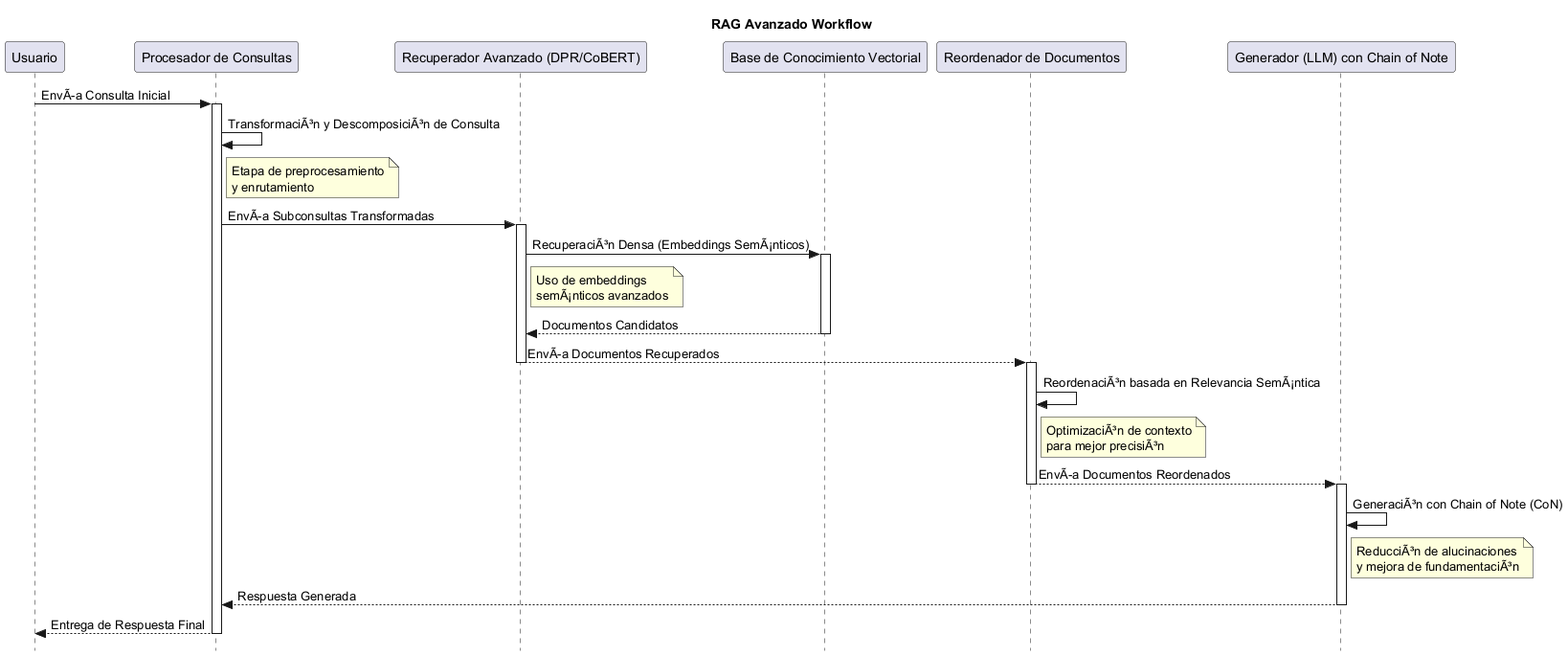
carloss4dv/langagent keeps this PlantUML diagram as img/rag_avanzado.png. Above is the earlier version. Source of this version:
```plantuml
@startuml
skinparam style strictuml

title RAG Avanzado Workflow

participant "Usuario" as User
participant "Procesador de Consultas" as QueryProcessor
participant "Recuperador Avanzado (DPR/CoBERT)" as AdvancedRetriever
participant "Base de Conocimiento Vectorial" as VectorDB
participant "Reordenador de Documentos" as DocumentReranker
participant "Generador (LLM) con Chain of Note" as LLMGenerator

User -> QueryProcessor: EnvÃ­a Consulta Inicial
activate QueryProcessor

QueryProcessor -> QueryProcessor: TransformaciÃ³n y DescomposiciÃ³n de Consulta
note right of QueryProcessor: Etapa de preprocesamiento\ny enrutamiento

QueryProcessor -> AdvancedRetriever: EnvÃ­a Subconsultas Transformadas
activate AdvancedRetriever

AdvancedRetriever -> VectorDB: RecuperaciÃ³n Densa (Embeddings SemÃ¡nticos)
activate VectorDB
note right of AdvancedRetriever: Uso de embeddings\nsemÃ¡nticos avanzados
VectorDB --> AdvancedRetriever: Documentos Candidatos
deactivate VectorDB

AdvancedRetriever --> DocumentReranker: EnvÃ­a Documentos Recuperados
deactivate AdvancedRetriever
activate DocumentReranker

DocumentReranker -> DocumentReranker: ReordenaciÃ³n basada en Relevancia SemÃ¡ntica
note right of DocumentReranker: OptimizaciÃ³n de contexto\npara mejor precisiÃ³n

DocumentReranker --> LLMGenerator: EnvÃ­a Documentos Reordenados
deactivate DocumentReranker
activate LLMGenerator

LLMGenerator -> LLMGenerator: GeneraciÃ³n con Chain of Note (CoN)
note right of LLMGenerator: ReducciÃ³n de alucinaciones\ny mejora de fundamentaciÃ³n

LLMGenerator --> QueryProcessor: Respuesta Generada
deactivate LLMGenerator

QueryProcessor --> User: Entrega de Respuesta Final
deactivate QueryProcessor

@enduml
```
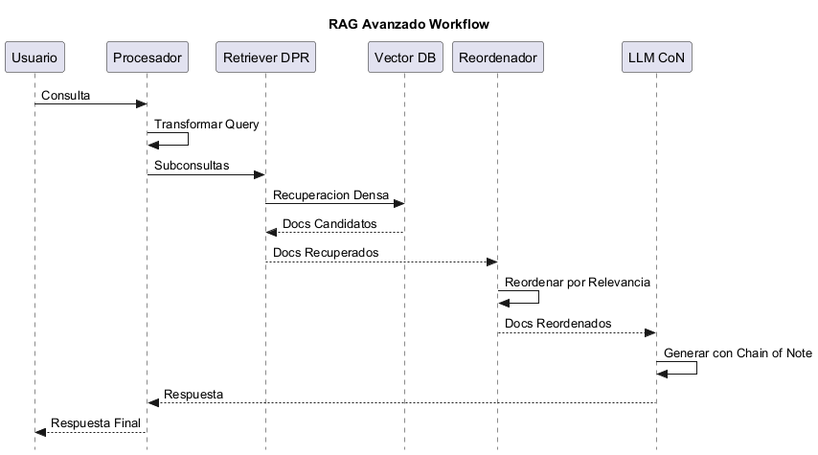
The same file after the commit.

Change to the diagram source:
```diff
@@ -4,45 +4,22 @@
 title RAG Avanzado Workflow
 
 participant "Usuario" as User
-participant "Procesador de Consultas" as QueryProcessor
-participant "Recuperador Avanzado (DPR/CoBERT)" as AdvancedRetriever
-participant "Base de Conocimiento Vectorial" as VectorDB
-participant "Reordenador de Documentos" as DocumentReranker
-participant "Generador (LLM) con Chain of Note" as LLMGenerator
+participant "Procesador" as Proc
+participant "Retriever DPR" as Ret
+participant "Vector DB" as DB
+participant "Reordenador" as Rerank
+participant "LLM CoN" as Gen
 
-User -> QueryProcessor: EnvÃ­a Consulta Inicial
-activate QueryProcessor
-
-QueryProcessor -> QueryProcessor: TransformaciÃ³n y DescomposiciÃ³n de Consulta
-note right of QueryProcessor: Etapa de preprocesamiento\ny enrutamiento
-
-QueryProcessor -> AdvancedRetriever: EnvÃ­a Subconsultas Transformadas
-activate AdvancedRetriever
-
-AdvancedRetriever -> VectorDB: RecuperaciÃ³n Densa (Embeddings SemÃ¡nticos)
-activate VectorDB
-note right of AdvancedRetriever: Uso de embeddings\nsemÃ¡nticos avanzados
-VectorDB --> AdvancedRetriever: Documentos Candidatos
-deactivate VectorDB
-
-AdvancedRetriever --> DocumentReranker: EnvÃ­a Documentos Recuperados
-deactivate AdvancedRetriever
-activate DocumentReranker
-
-DocumentReranker -> DocumentReranker: ReordenaciÃ³n basada en Relevancia SemÃ¡ntica
-note right of DocumentReranker: OptimizaciÃ³n de contexto\npara mejor precisiÃ³n
-
-DocumentReranker --> LLMGenerator: EnvÃ­a Documentos Reordenados
-deactivate DocumentReranker
-activate LLMGenerator
-
-LLMGenerator -> LLMGenerator: GeneraciÃ³n con Chain of Note (CoN)
-note right of LLMGenerator: ReducciÃ³n de alucinaciones\ny mejora de fundamentaciÃ³n
-
-LLMGenerator --> QueryProcessor: Respuesta Generada
-deactivate LLMGenerator
-
-QueryProcessor --> User: Entrega de Respuesta Final
-deactivate QueryProcessor
+User -> Proc: Consulta
+Proc -> Proc: Transformar Query
+Proc -> Ret: Subconsultas
+Ret -> DB: Recuperacion Densa
+DB --> Ret: Docs Candidatos
+Ret --> Rerank: Docs Recuperados
+Rerank -> Rerank: Reordenar por Relevancia
+Rerank --> Gen: Docs Reordenados
+Gen -> Gen: Generar con Chain of Note
+Gen --> Proc: Respuesta
+Proc --> User: Respuesta Final
 
 @enduml
```
